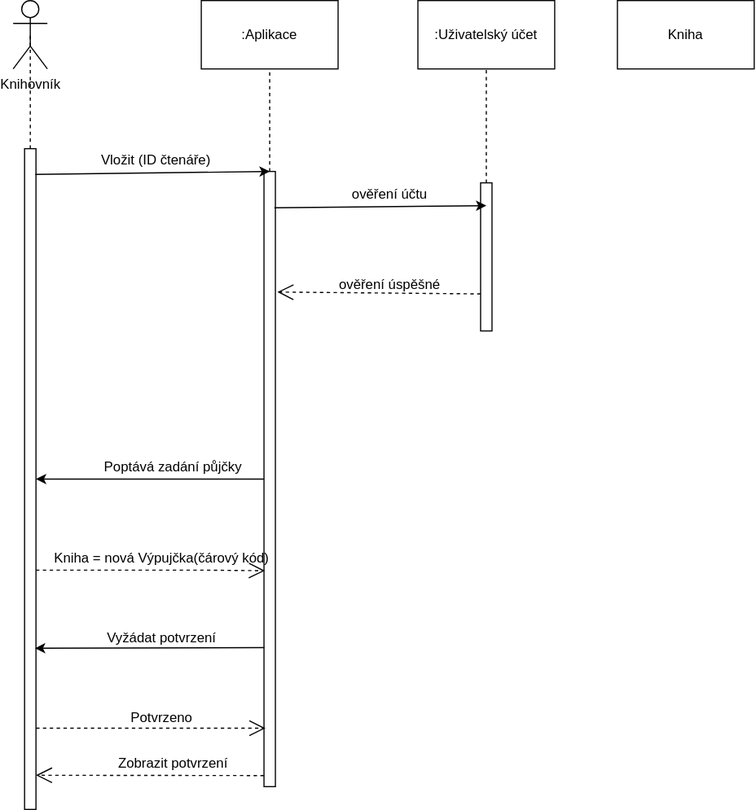
Earlier version of the draw.io export 29042022.drawio.svg (hongolem/Diagrams). Source tidied: cells renumbered, new cells last; positions are measured from the earlier drawing's top-left corner, leaving out a move shared by most shapes.
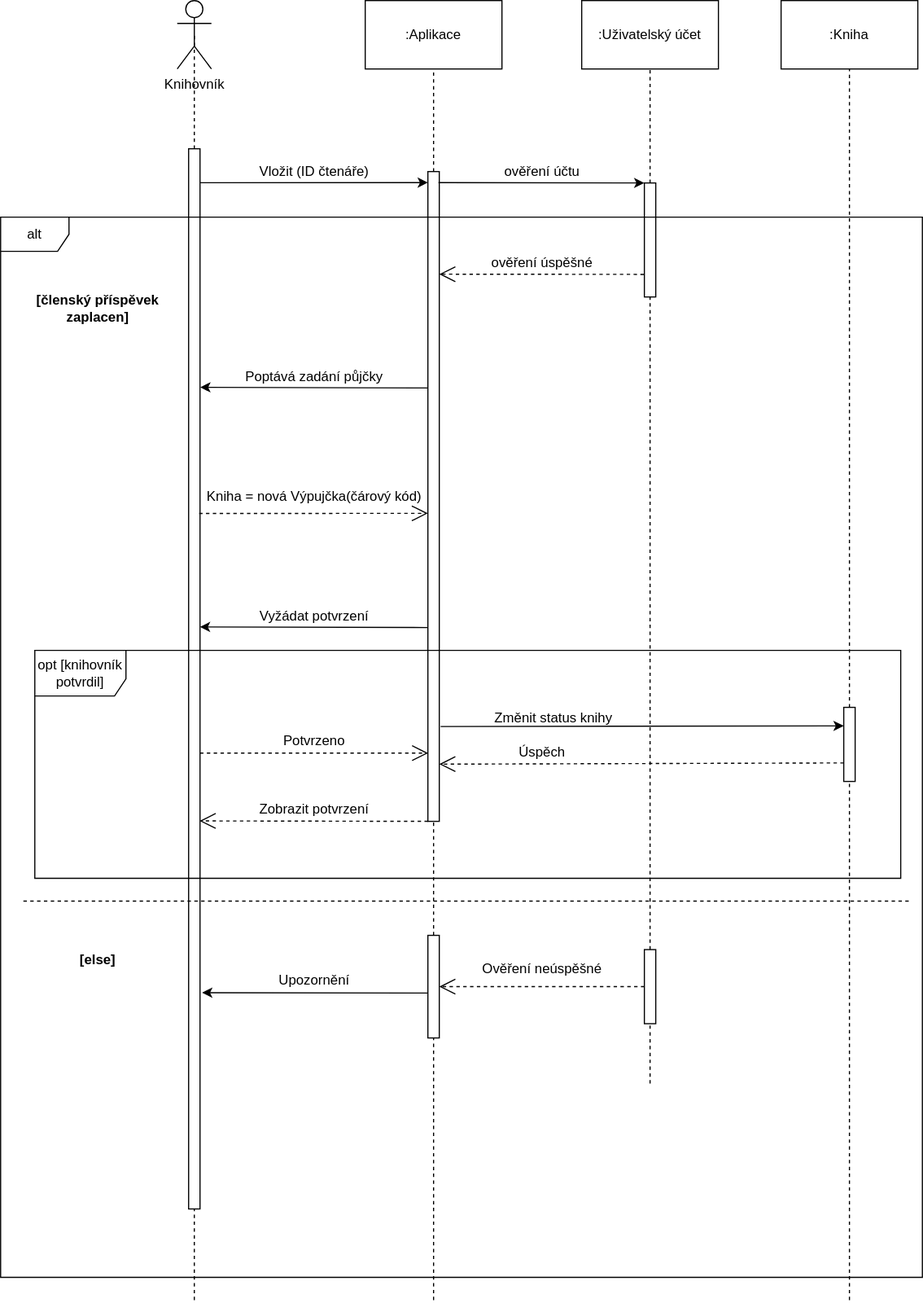
The same diagram one commit later.

Change to the diagram source:
```diff
@@ -3,16 +3,16 @@
     <mxCell id="0" />
     <mxCell id="1" parent="0" />
     <mxCell id="2" value="Knihovník" style="shape=umlActor;verticalLabelPosition=bottom;verticalAlign=top;html=1;outlineConnect=0;" parent="1" vertex="1">
-      <mxGeometry width="30" height="60" as="geometry" />
+      <mxGeometry x="56" y="-100" width="30" height="60" as="geometry" />
     </mxCell>
     <mxCell id="3" value=":Aplikace" style="rounded=0;whiteSpace=wrap;html=1;" parent="1" vertex="1">
-      <mxGeometry x="165" width="120" height="60" as="geometry" />
+      <mxGeometry x="221" y="-100" width="120" height="60" as="geometry" />
     </mxCell>
     <mxCell id="4" style="whiteSpace=wrap;html=1;" parent="1" vertex="1">
-      <mxGeometry x="10" y="130" width="10" height="580" as="geometry" />
+      <mxGeometry x="66" y="30" width="10" height="930" as="geometry" />
     </mxCell>
     <mxCell id="5" style="whiteSpace=wrap;html=1;" parent="1" vertex="1">
-      <mxGeometry x="220" y="150" width="10" height="540" as="geometry" />
+      <mxGeometry x="276" y="50" width="10" height="570" as="geometry" />
     </mxCell>
     <mxCell id="6" style="endArrow=none;dashed=1;html=1;rounded=0;entryX=0.5;entryY=0.5;entryDx=0;entryDy=0;entryPerimeter=0;" parent="1" edge="1" source="4" target="2">
       <mxGeometry relative="1" as="geometry" />
@@ -20,72 +20,153 @@
     <mxCell id="7" style="endArrow=none;dashed=1;html=1;rounded=0;" parent="1" edge="1" source="5" target="3">
       <mxGeometry relative="1" as="geometry" />
     </mxCell>
-    <mxCell id="8" style="endArrow=classic;html=1;rounded=0;entryX=0.5;entryY=0;entryDx=0;entryDy=0;exitX=0.941;exitY=0.039;exitDx=0;exitDy=0;exitPerimeter=0;" parent="1" edge="1" source="4" target="5">
-      <mxGeometry relative="1" as="geometry" />
-    </mxCell>
-    <mxCell id="9" style="endArrow=classic;html=1;rounded=0;exitX=0;exitY=0.5;exitDx=0;exitDy=0;" parent="1" edge="1" source="5" target="4">
-      <mxGeometry relative="1" as="geometry" />
-    </mxCell>
-    <mxCell id="10" style="endArrow=open;endSize=12;dashed=1;html=1;rounded=0;entryX=0.081;entryY=0.649;entryDx=0;entryDy=0;entryPerimeter=0;" parent="1" edge="1" target="5">
-      <mxGeometry x="-0.17" y="35" relative="1" as="geometry">
-        <mxPoint x="20" y="500" as="sourcePoint" />
-        <Array as="points">
-          <mxPoint x="170" y="500" />
-        </Array>
-      </mxGeometry>
-    </mxCell>
     <mxCell id="11" value=":Uživatelský účet" style="rounded=0;whiteSpace=wrap;html=1;" parent="1" vertex="1">
-      <mxGeometry x="355" width="120" height="60" as="geometry" />
+      <mxGeometry x="411" y="-100" width="120" height="60" as="geometry" />
     </mxCell>
     <mxCell id="12" style="whiteSpace=wrap;html=1;" parent="1" vertex="1">
-      <mxGeometry x="410" y="160" width="10" height="130" as="geometry" />
+      <mxGeometry x="466" y="60" width="10" height="100" as="geometry" />
     </mxCell>
     <mxCell id="13" style="endArrow=none;dashed=1;html=1;rounded=0;" parent="1" edge="1" source="12" target="11">
       <mxGeometry relative="1" as="geometry" />
     </mxCell>
-    <mxCell id="14" style="endArrow=classic;html=1;rounded=0;exitX=0.033;exitY=0.774;exitDx=0;exitDy=0;exitPerimeter=0;entryX=0.914;entryY=0.756;entryDx=0;entryDy=0;entryPerimeter=0;" parent="1" edge="1" source="5" target="4">
-      <mxGeometry relative="1" as="geometry" />
-    </mxCell>
-    <mxCell id="15" style="endArrow=open;endSize=12;dashed=1;html=1;rounded=0;entryX=0.129;entryY=0.905;entryDx=0;entryDy=0;entryPerimeter=0;exitX=1.01;exitY=0.877;exitDx=0;exitDy=0;exitPerimeter=0;" parent="1" edge="1" source="4" target="5">
-      <mxGeometry x="-0.17" y="35" relative="1" as="geometry" />
-    </mxCell>
     <mxCell id="16" value="Vložit (ID čtenáře)" style="text;html=1;align=center;verticalAlign=middle;strokeColor=none;fillColor=none;" parent="1" vertex="1">
-      <mxGeometry x="70" y="130" width="110" height="20" as="geometry" />
+      <mxGeometry x="121" y="40" width="110" height="20" as="geometry" />
     </mxCell>
     <mxCell id="17" value="Poptává zadání půjčky" style="text;html=1;align=center;verticalAlign=middle;strokeColor=none;fillColor=none;" parent="1" vertex="1">
-      <mxGeometry x="70" y="400" width="140" height="20" as="geometry" />
+      <mxGeometry x="106" y="220" width="140" height="20" as="geometry" />
     </mxCell>
     <mxCell id="18" value="Kniha = nová Výpujčka(čárový kód)" style="text;html=1;align=center;verticalAlign=middle;strokeColor=none;fillColor=none;" parent="1" vertex="1">
-      <mxGeometry x="30" y="480" width="200" height="20" as="geometry" />
+      <mxGeometry x="76" y="325" width="200" height="20" as="geometry" />
     </mxCell>
     <mxCell id="19" value="Vyžádat potvrzení" style="text;html=1;align=center;verticalAlign=middle;strokeColor=none;fillColor=none;" parent="1" vertex="1">
-      <mxGeometry x="75" y="550" width="110" height="20" as="geometry" />
+      <mxGeometry x="121" y="430" width="110" height="20" as="geometry" />
     </mxCell>
     <mxCell id="20" value="Potvrzeno" style="text;html=1;align=center;verticalAlign=middle;strokeColor=none;fillColor=none;" parent="1" vertex="1">
-      <mxGeometry x="95" y="620" width="70" height="20" as="geometry" />
+      <mxGeometry x="141" y="540" width="70" height="20" as="geometry" />
     </mxCell>
-    <mxCell id="21" style="endArrow=open;endSize=12;dashed=1;html=1;rounded=0;exitX=-0.014;exitY=0.982;exitDx=0;exitDy=0;exitPerimeter=0;" parent="1" edge="1" source="5">
-      <mxGeometry x="-0.17" y="35" relative="1" as="geometry">
-        <mxPoint x="20" y="680" as="targetPoint" />
-      </mxGeometry>
-    </mxCell>
+    <mxCell id="24" value="ověření účtu" style="text;html=1;align=center;verticalAlign=middle;strokeColor=none;fillColor=none;" parent="1" vertex="1">
+      <mxGeometry x="336" y="40" width="80" height="20" as="geometry" />
+    </mxCell>
+    <mxCell id="26" value="ověření úspěšné" style="text;html=1;align=center;verticalAlign=middle;strokeColor=none;fillColor=none;" parent="1" vertex="1">
+      <mxGeometry x="326" y="120" width="100" height="20" as="geometry" />
+    </mxCell>
+    <mxCell id="27" value=":Kniha" style="whiteSpace=wrap;html=1;" parent="1" vertex="1">
+      <mxGeometry x="586" y="-100" width="120" height="60" as="geometry" />
+    </mxCell>
+    <mxCell id="28" style="endArrow=classic;html=1;rounded=0;entryX=0;entryY=0.017;entryDx=0;entryDy=0;entryPerimeter=0;exitX=1;exitY=0.032;exitDx=0;exitDy=0;exitPerimeter=0;" parent="1" edge="1" source="4" target="5">
+      <mxGeometry relative="1" as="geometry" />
+    </mxCell>
+    <mxCell id="29" style="endArrow=classic;html=1;rounded=0;entryX=1.017;entryY=0.225;entryDx=0;entryDy=0;entryPerimeter=0;exitX=0;exitY=0.333;exitDx=0;exitDy=0;exitPerimeter=0;" parent="1" edge="1" source="5" target="4">
+      <mxGeometry relative="1" as="geometry" />
+    </mxCell>
+    <mxCell id="30" style="endArrow=open;endSize=12;dashed=1;html=1;rounded=0;exitX=0.924;exitY=0.344;exitDx=0;exitDy=0;exitPerimeter=0;entryX=0;entryY=0.526;entryDx=0;entryDy=0;entryPerimeter=0;" parent="1" edge="1" source="4" target="5">
+      <mxGeometry relative="1" as="geometry" />
+    </mxCell>
+    <mxCell id="31" style="endArrow=classic;html=1;rounded=0;entryX=0.989;entryY=0.451;entryDx=0;entryDy=0;entryPerimeter=0;" parent="1" edge="1" target="4">
+      <mxGeometry relative="1" as="geometry">
+        <mxPoint x="276" y="450" as="sourcePoint" />
+      </mxGeometry>
+    </mxCell>
+    <mxCell id="32" style="endArrow=open;endSize=12;dashed=1;html=1;rounded=0;entryX=0.028;entryY=0.895;entryDx=0;entryDy=0;entryPerimeter=0;exitX=1;exitY=0.57;exitDx=0;exitDy=0;exitPerimeter=0;" parent="1" edge="1" source="4" target="5">
+      <mxGeometry relative="1" as="geometry" />
+    </mxCell>
+    <mxCell id="33" style="endArrow=open;endSize=12;dashed=1;html=1;rounded=0;entryX=0.961;entryY=0.634;entryDx=0;entryDy=0;entryPerimeter=0;exitX=0;exitY=1;exitDx=0;exitDy=0;" parent="1" edge="1" source="5" target="4">
+      <mxGeometry relative="1" as="geometry" />
+    </mxCell>
     <mxCell id="22" value="Zobrazit potvrzení" style="text;html=1;align=center;verticalAlign=middle;strokeColor=none;fillColor=none;" parent="1" vertex="1">
-      <mxGeometry x="85" y="660" width="110" height="20" as="geometry" />
+      <mxGeometry x="121" y="600" width="110" height="20" as="geometry" />
     </mxCell>
-    <mxCell id="23" style="endArrow=classic;html=1;rounded=0;entryX=0.5;entryY=0.154;entryDx=0;entryDy=0;entryPerimeter=0;exitX=0.912;exitY=0.059;exitDx=0;exitDy=0;exitPerimeter=0;" parent="1" edge="1" source="5" target="12">
+    <mxCell id="23" style="endArrow=classic;html=1;rounded=0;entryX=0;entryY=0;entryDx=0;entryDy=0;exitX=0.927;exitY=0.017;exitDx=0;exitDy=0;exitPerimeter=0;" parent="1" edge="1" source="5" target="12">
       <mxGeometry relative="1" as="geometry" />
     </mxCell>
-    <mxCell id="24" value="ověření účtu" style="text;html=1;align=center;verticalAlign=middle;strokeColor=none;fillColor=none;" parent="1" vertex="1">
-      <mxGeometry x="290" y="160" width="80" height="20" as="geometry" />
-    </mxCell>
-    <mxCell id="25" style="endArrow=open;endSize=12;dashed=1;html=1;rounded=0;exitX=0;exitY=0.75;exitDx=0;exitDy=0;entryX=1.176;entryY=0.196;entryDx=0;entryDy=0;entryPerimeter=0;" parent="1" edge="1" source="12" target="5">
-      <mxGeometry x="-0.17" y="35" relative="1" as="geometry" />
-    </mxCell>
-    <mxCell id="26" value="ověření úspěšné" style="text;html=1;align=center;verticalAlign=middle;strokeColor=none;fillColor=none;" parent="1" vertex="1">
-      <mxGeometry x="280" y="240" width="100" height="20" as="geometry" />
-    </mxCell>
-    <mxCell id="27" value="Kniha" style="whiteSpace=wrap;html=1;" parent="1" vertex="1">
-      <mxGeometry x="530" width="120" height="60" as="geometry" />
-    </mxCell>
+    <mxCell id="34" style="endArrow=open;endSize=12;dashed=1;html=1;rounded=0;exitX=-0.05;exitY=0.802;exitDx=0;exitDy=0;exitPerimeter=0;" parent="1" edge="1" source="12">
+      <mxGeometry relative="1" as="geometry">
+        <mxPoint x="286" y="140" as="targetPoint" />
+      </mxGeometry>
+    </mxCell>
+    <mxCell id="35" style="html=1;" parent="1" vertex="1">
+      <mxGeometry x="276" y="720" width="10" height="90" as="geometry" />
+    </mxCell>
+    <mxCell id="36" style="endArrow=classic;html=1;rounded=0;entryX=1.183;entryY=0.796;entryDx=0;entryDy=0;entryPerimeter=0;exitX=-0.039;exitY=0.562;exitDx=0;exitDy=0;exitPerimeter=0;" parent="1" edge="1" source="35" target="4">
+      <mxGeometry relative="1" as="geometry" />
+    </mxCell>
+    <mxCell id="37" value="Upozornění" style="text;html=1;align=center;verticalAlign=middle;strokeColor=none;fillColor=none;" parent="1" vertex="1">
+      <mxGeometry x="136" y="750" width="80" height="20" as="geometry" />
+    </mxCell>
+    <mxCell id="38" style="endArrow=none;dashed=1;html=1;rounded=0;entryX=0.5;entryY=1;entryDx=0;entryDy=0;exitX=0.5;exitY=0;exitDx=0;exitDy=0;" parent="1" edge="1" source="35" target="5">
+      <mxGeometry relative="1" as="geometry" />
+    </mxCell>
+    <mxCell id="39" style="html=1;" parent="1" vertex="1">
+      <mxGeometry x="466" y="732.5" width="10" height="65" as="geometry" />
+    </mxCell>
+    <mxCell id="40" style="endArrow=none;dashed=1;html=1;rounded=0;entryX=0.5;entryY=1;entryDx=0;entryDy=0;exitX=0.5;exitY=0;exitDx=0;exitDy=0;" parent="1" edge="1" source="39" target="12">
+      <mxGeometry relative="1" as="geometry" />
+    </mxCell>
+    <mxCell id="41" style="endArrow=open;endSize=12;dashed=1;html=1;rounded=0;entryX=1;entryY=0.5;entryDx=0;entryDy=0;exitX=0;exitY=0.5;exitDx=0;exitDy=0;" parent="1" edge="1" source="39" target="35">
+      <mxGeometry x="-0.11" y="5" relative="1" as="geometry">
+        <Array as="points">
+          <mxPoint x="386" y="765" />
+        </Array>
+      </mxGeometry>
+    </mxCell>
+    <mxCell id="42" value="Ověření neúspěšné" style="text;html=1;align=center;verticalAlign=middle;strokeColor=none;fillColor=none;" parent="1" vertex="1">
+      <mxGeometry x="316" y="740" width="120" height="20" as="geometry" />
+    </mxCell>
+    <mxCell id="43" style="html=1;" parent="1" vertex="1">
+      <mxGeometry x="641" y="520" width="10" height="65" as="geometry" />
+    </mxCell>
+    <mxCell id="44" style="endArrow=classic;html=1;rounded=0;entryX=0;entryY=0.25;entryDx=0;entryDy=0;exitX=1.12;exitY=0.854;exitDx=0;exitDy=0;exitPerimeter=0;" parent="1" edge="1" source="5" target="43">
+      <mxGeometry relative="1" as="geometry" />
+    </mxCell>
+    <mxCell id="45" value="Změnit status knihy" style="text;html=1;align=center;verticalAlign=middle;strokeColor=none;fillColor=none;" parent="1" vertex="1">
+      <mxGeometry x="326" y="520" width="120" height="20" as="geometry" />
+    </mxCell>
+    <mxCell id="46" style="endArrow=open;endSize=12;dashed=1;html=1;rounded=0;entryX=1;entryY=0.912;entryDx=0;entryDy=0;entryPerimeter=0;exitX=0;exitY=0.75;exitDx=0;exitDy=0;" parent="1" edge="1" source="43" target="5">
+      <mxGeometry relative="1" as="geometry" />
+    </mxCell>
+    <mxCell id="47" value="Úspěch" style="text;html=1;align=center;verticalAlign=middle;strokeColor=none;fillColor=none;" parent="1" vertex="1">
+      <mxGeometry x="346" y="550" width="60" height="20" as="geometry" />
+    </mxCell>
+    <mxCell id="48" style="endArrow=none;dashed=1;html=1;rounded=0;entryX=0.5;entryY=1;entryDx=0;entryDy=0;exitX=0.5;exitY=0;exitDx=0;exitDy=0;" parent="1" edge="1" source="43" target="27">
+      <mxGeometry relative="1" as="geometry" />
+    </mxCell>
+    <mxCell id="49" style="endArrow=none;dashed=1;html=1;rounded=0;entryX=0.5;entryY=1;entryDx=0;entryDy=0;" parent="1" edge="1" target="39">
+      <mxGeometry relative="1" as="geometry">
+        <mxPoint x="471" y="850" as="sourcePoint" />
+      </mxGeometry>
+    </mxCell>
+    <mxCell id="50" style="endArrow=none;dashed=1;html=1;rounded=0;entryX=0.5;entryY=1;entryDx=0;entryDy=0;" parent="1" edge="1" target="43">
+      <mxGeometry relative="1" as="geometry">
+        <mxPoint x="646" y="1040" as="sourcePoint" />
+      </mxGeometry>
+    </mxCell>
+    <mxCell id="51" style="endArrow=none;dashed=1;html=1;rounded=0;entryX=0.5;entryY=1;entryDx=0;entryDy=0;" parent="1" edge="1" target="35">
+      <mxGeometry relative="1" as="geometry">
+        <mxPoint x="281" y="1040" as="sourcePoint" />
+      </mxGeometry>
+    </mxCell>
+    <mxCell id="52" style="endArrow=none;dashed=1;html=1;rounded=0;entryX=0.5;entryY=1;entryDx=0;entryDy=0;" parent="1" edge="1" target="4">
+      <mxGeometry relative="1" as="geometry">
+        <mxPoint x="71" y="1040" as="sourcePoint" />
+      </mxGeometry>
+    </mxCell>
+    <mxCell id="53" value="alt" style="shape=umlFrame;whiteSpace=wrap;html=1;" parent="1" vertex="1">
+      <mxGeometry x="-99" y="90" width="809" height="930" as="geometry" />
+    </mxCell>
+    <mxCell id="54" style="endArrow=none;dashed=1;html=1;rounded=0;" parent="1" edge="1">
+      <mxGeometry relative="1" as="geometry">
+        <mxPoint x="-79" y="690" as="sourcePoint" />
+        <mxPoint x="701" y="690" as="targetPoint" />
+      </mxGeometry>
+    </mxCell>
+    <mxCell id="55" value="&lt;b&gt;[else]&lt;/b&gt;" style="text;html=1;align=center;verticalAlign=middle;strokeColor=none;fillColor=none;" parent="1" vertex="1">
+      <mxGeometry x="-39" y="732.5" width="50" height="20" as="geometry" />
+    </mxCell>
+    <mxCell id="56" value="&lt;b&gt;[členský příspěvek &lt;br&gt;zaplacen]&lt;/b&gt;" style="text;html=1;align=center;verticalAlign=middle;strokeColor=none;fillColor=none;" parent="1" vertex="1">
+      <mxGeometry x="-74" y="155" width="120" height="30" as="geometry" />
+    </mxCell>
+    <mxCell id="57" value="opt [knihovník potvrdil]" style="shape=umlFrame;whiteSpace=wrap;html=1;width=80;height=40;" parent="1" vertex="1">
+      <mxGeometry x="-69" y="470" width="760" height="200" as="geometry" />
+    </mxCell>
   </root>
 </mxGraphModel>
```
